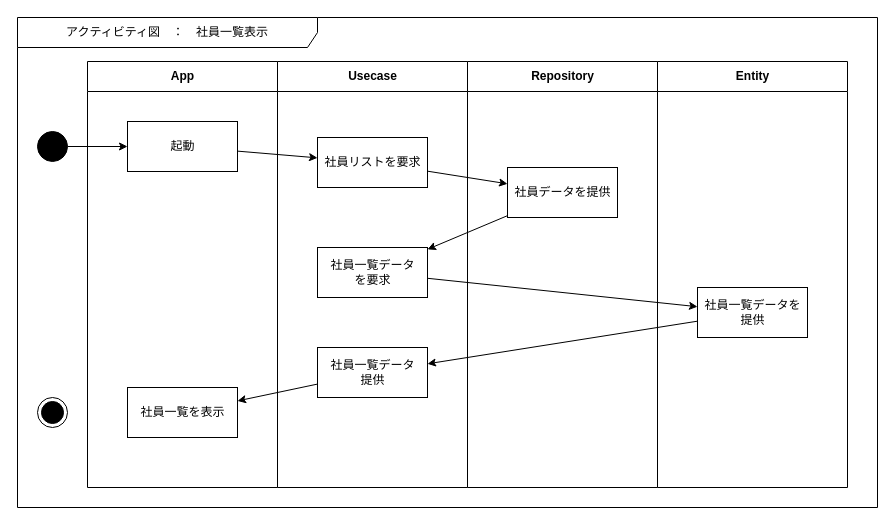
Before: page "社員一覧表示" (1 of 4) of Designs/アクティビティ/アクティビティ図.drawio in bosssanovar/LightMvvmSample, a draw.io diagram. Source tidied: cells renumbered, new cells numbered last; positions are measured from the earlier drawing's top-left corner, leaving out a move shared by most shapes. Both pictures are drawn from the tidied source at 100%, with x=0, y=0 at pixel (17, 17).
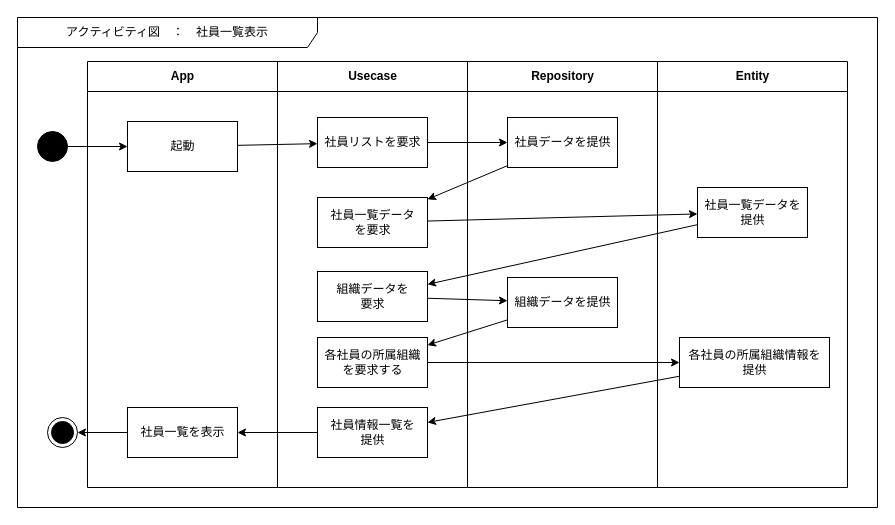
Above is the later version.

The change refers to these unchanged cells:
```xml
<mxCell id="3" value="App" style="swimlane;fontStyle=1;align=center;horizontal=1;startSize=30;html=1;swimlaneFillColor=#FFFFFF;" parent="1" vertex="1">
  <mxGeometry x="70" y="44" width="190" height="426" as="geometry" />
</mxCell>
<mxCell id="6" value="Usecase" style="swimlane;fontStyle=1;align=center;horizontal=1;startSize=30;html=1;swimlaneFillColor=#FFFFFF;" parent="1" vertex="1">
  <mxGeometry x="260" y="44" width="190" height="426" as="geometry" />
</mxCell>
<mxCell id="10" value="Repository" style="swimlane;fontStyle=1;align=center;horizontal=1;startSize=30;html=1;swimlaneFillColor=#FFFFFF;" parent="1" vertex="1">
  <mxGeometry x="450" y="44" width="190" height="426" as="geometry" />
</mxCell>
<mxCell id="12" value="Entity" style="swimlane;fontStyle=1;align=center;horizontal=1;startSize=30;html=1;swimlaneFillColor=#FFFFFF;" parent="1" vertex="1">
  <mxGeometry x="640" y="44" width="190" height="426" as="geometry" />
</mxCell>
```

Diff of the diagram source:
```diff
@@
     <mxCell id="5" value="社員一覧を表示" style="html=1;" parent="3" vertex="1">
-      <mxGeometry x="40" y="326" width="110" height="50" as="geometry" />
+      <mxGeometry x="40" y="346" width="110" height="50" as="geometry" />
     </mxCell>
@@
     <mxCell id="7" value="社員リストを要求" style="html=1;" parent="6" vertex="1">
-      <mxGeometry x="40" y="76" width="110" height="50" as="geometry" />
+      <mxGeometry x="40" y="56" width="110" height="50" as="geometry" />
     </mxCell>
-    <mxCell id="8" value="社員一覧データ&lt;br&gt;提供" style="html=1;" parent="6" vertex="1">
-      <mxGeometry x="40" y="286" width="110" height="50" as="geometry" />
+    <mxCell id="8" value="組織データを&lt;br&gt;要求" style="html=1;" parent="6" vertex="1">
+      <mxGeometry x="40" y="210" width="110" height="50" as="geometry" />
     </mxCell>
     <mxCell id="9" value="社員一覧データ&lt;br&gt;を要求" style="html=1;" parent="6" vertex="1">
-      <mxGeometry x="40" y="186" width="110" height="50" as="geometry" />
+      <mxGeometry x="40" y="136" width="110" height="50" as="geometry" />
     </mxCell>
+    <mxCell id="23" value="各社員の所属組織&lt;br&gt;を要求する" style="html=1;" parent="6" vertex="1">
+      <mxGeometry x="40" y="276" width="110" height="50" as="geometry" />
+    </mxCell>
+    <mxCell id="24" value="社員情報一覧を&lt;br&gt;提供" style="html=1;" parent="6" vertex="1">
+      <mxGeometry x="40" y="346" width="110" height="50" as="geometry" />
+    </mxCell>
@@
     <mxCell id="11" value="社員データを提供" style="html=1;" parent="10" vertex="1">
-      <mxGeometry x="40" y="106" width="110" height="50" as="geometry" />
+      <mxGeometry x="40" y="56" width="110" height="50" as="geometry" />
     </mxCell>
+    <mxCell id="22" value="組織データを提供" style="html=1;" parent="10" vertex="1">
+      <mxGeometry x="40" y="216" width="110" height="50" as="geometry" />
+    </mxCell>
@@
     <mxCell id="13" value="社員一覧データを&lt;br&gt;提供" style="html=1;" parent="12" vertex="1">
-      <mxGeometry x="40" y="226" width="110" height="50" as="geometry" />
+      <mxGeometry x="40" y="126" width="110" height="50" as="geometry" />
     </mxCell>
+    <mxCell id="25" value="各社員の所属組織情報を&lt;br&gt;提供" style="html=1;" parent="12" vertex="1">
+      <mxGeometry x="22" y="276" width="150" height="50" as="geometry" />
+    </mxCell>
@@
     <mxCell id="16" style="ellipse;html=1;shape=endState;fillColor=strokeColor;" parent="1" vertex="1">
-      <mxGeometry x="20" y="380" width="30" height="30" as="geometry" />
+      <mxGeometry x="30" y="400" width="30" height="30" as="geometry" />
     </mxCell>
@@
-    <mxCell id="22" style="edgeStyle=none;html=1;" parent="1" edge="1" source="8" target="5">
-      <mxGeometry relative="1" as="geometry" />
-    </mxCell>
+    <mxCell id="26" style="edgeStyle=none;html=1;" parent="1" edge="1" source="8" target="22">
+      <mxGeometry relative="1" as="geometry" />
+    </mxCell>
+    <mxCell id="27" style="edgeStyle=none;html=1;" parent="1" edge="1" source="22" target="23">
+      <mxGeometry relative="1" as="geometry" />
+    </mxCell>
+    <mxCell id="28" style="edgeStyle=none;html=1;" parent="1" edge="1" source="23" target="25">
+      <mxGeometry relative="1" as="geometry" />
+    </mxCell>
+    <mxCell id="29" style="edgeStyle=none;html=1;" parent="1" edge="1" source="25" target="24">
+      <mxGeometry relative="1" as="geometry" />
+    </mxCell>
+    <mxCell id="30" style="edgeStyle=none;html=1;" parent="1" edge="1" source="24" target="5">
+      <mxGeometry relative="1" as="geometry" />
+    </mxCell>
+    <mxCell id="31" style="edgeStyle=none;html=1;" parent="1" edge="1" source="5" target="16">
+      <mxGeometry relative="1" as="geometry" />
+    </mxCell>
```
